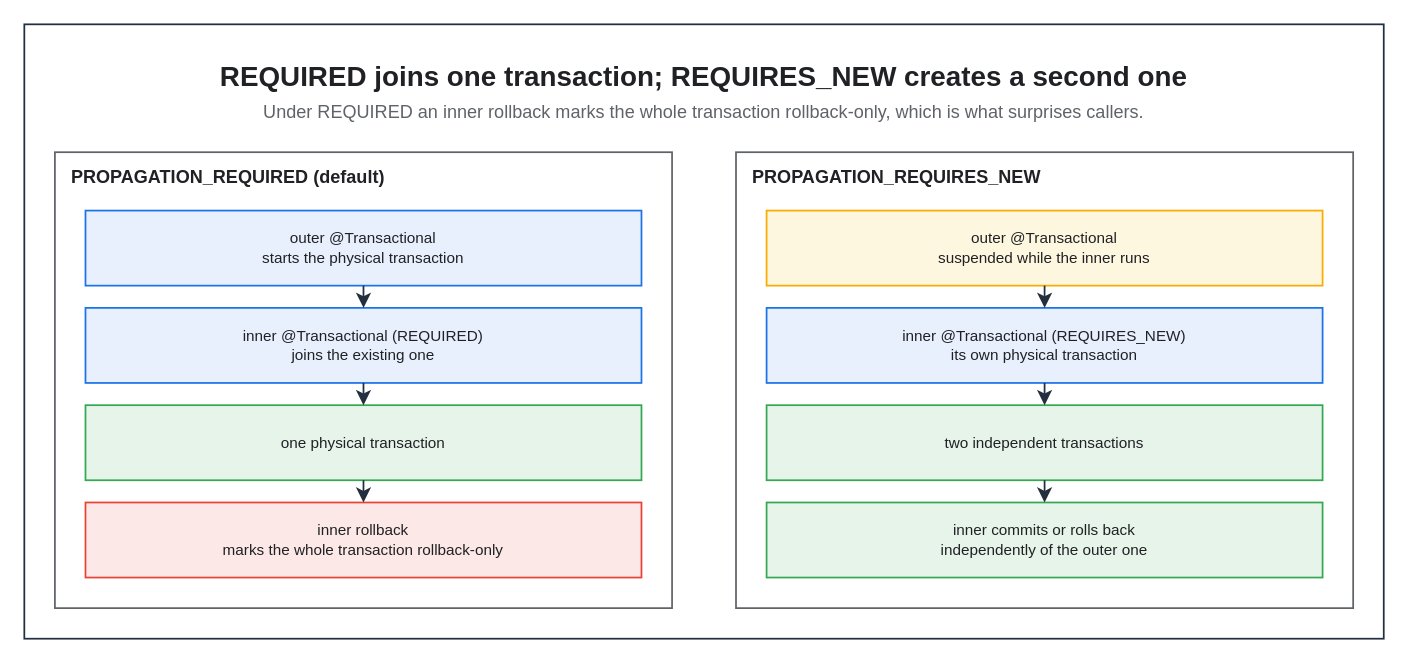
KKamJi98/kkamji98.github.io keeps this draw.io diagram as assets/img/spring/spring-18-propagation.drawio. Above is the earlier version. Source tidied: cells renumbered, new cells numbered last; positions are measured from the earlier drawing's top-left corner, leaving out a move shared by most shapes. Both pictures are drawn from the tidied source at 139%, with x=0, y=0 at pixel (24, 24).
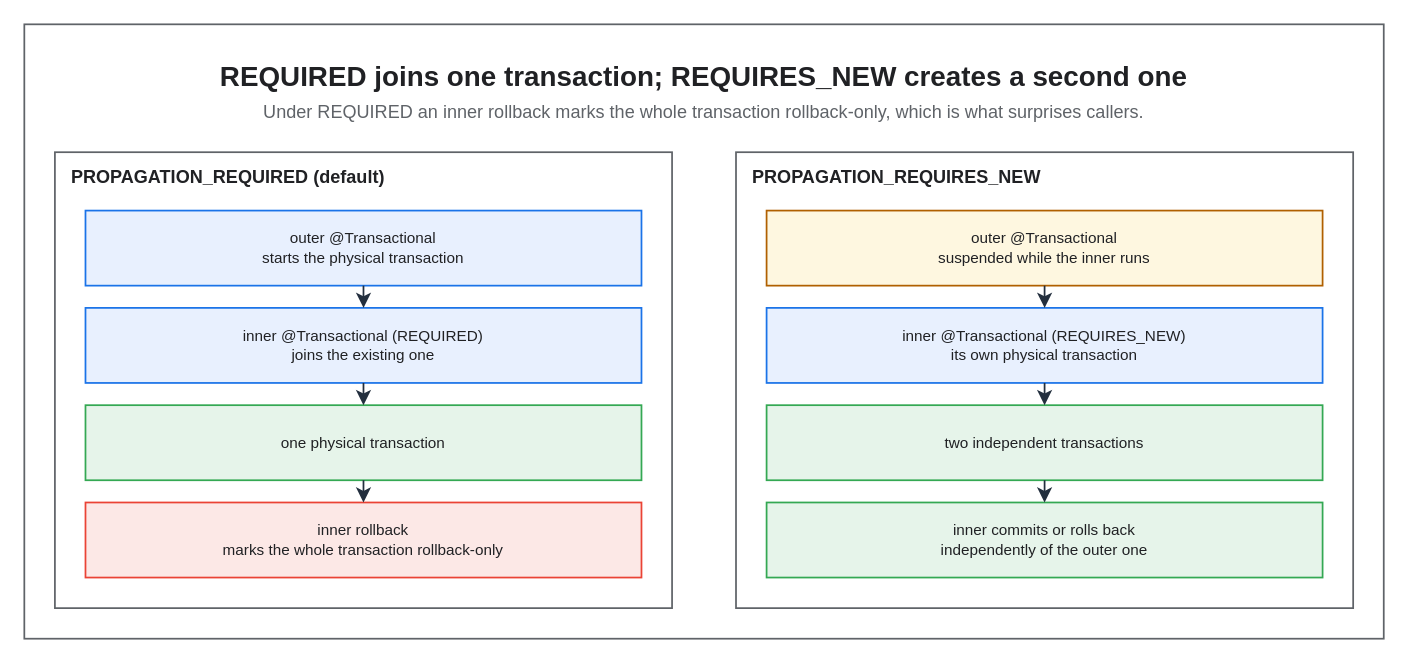
After the change.

Diff of the diagram source:
```diff
@@
-    <mxCell id="2" style="rounded=0;html=0;fillColor=none;strokeColor=#232F3E;fontColor=#202124;strokeWidth=1.25;" parent="1" vertex="1">
+    <mxCell id="2" style="rounded=0;html=0;fillColor=none;strokeColor=#5F6368;fontColor=#202124;strokeWidth=1.25;" parent="1" vertex="1">
       <mxGeometry width="978" height="442" as="geometry" />
     </mxCell>
@@
-    <mxCell id="11" value="outer @Transactional&#10;suspended while the inner runs" style="rounded=0;whiteSpace=wrap;html=0;fillColor=#FEF7E0;strokeColor=#F9AB00;fontColor=#202124;fontSize=11;fontStyle=0;align=center;verticalAlign=middle;spacingLeft=6;spacingRight=6;strokeWidth=1.25;" parent="1" vertex="1">
+    <mxCell id="11" value="outer @Transactional&#10;suspended while the inner runs" style="rounded=0;whiteSpace=wrap;html=0;fillColor=#FEF7E0;strokeColor=#B06000;fontColor=#202124;fontSize=11;fontStyle=0;align=center;verticalAlign=middle;spacingLeft=6;spacingRight=6;strokeWidth=1.25;" parent="1" vertex="1">
       <mxGeometry x="534" y="134" width="400" height="54" as="geometry" />
     </mxCell>
```
